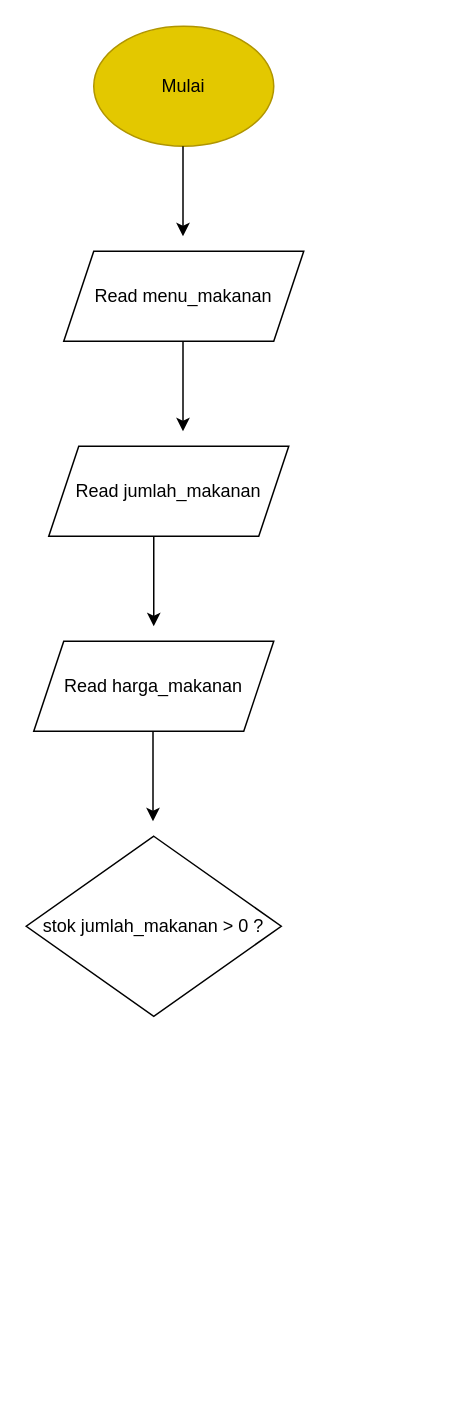
The draw.io diagram flowchart-fe2848059.drawio in gabryella-apriani-sinaga/Gabryella_Apriani_Sinaga-Order_Makanan_via_Online, before the edit. Source tidied: cells renumbered, new cells numbered last; positions are measured from the earlier drawing's top-left corner, leaving out a move shared by most shapes. Both pictures are drawn from the tidied source at 150%, with x=0, y=0 at pixel (26, 26).
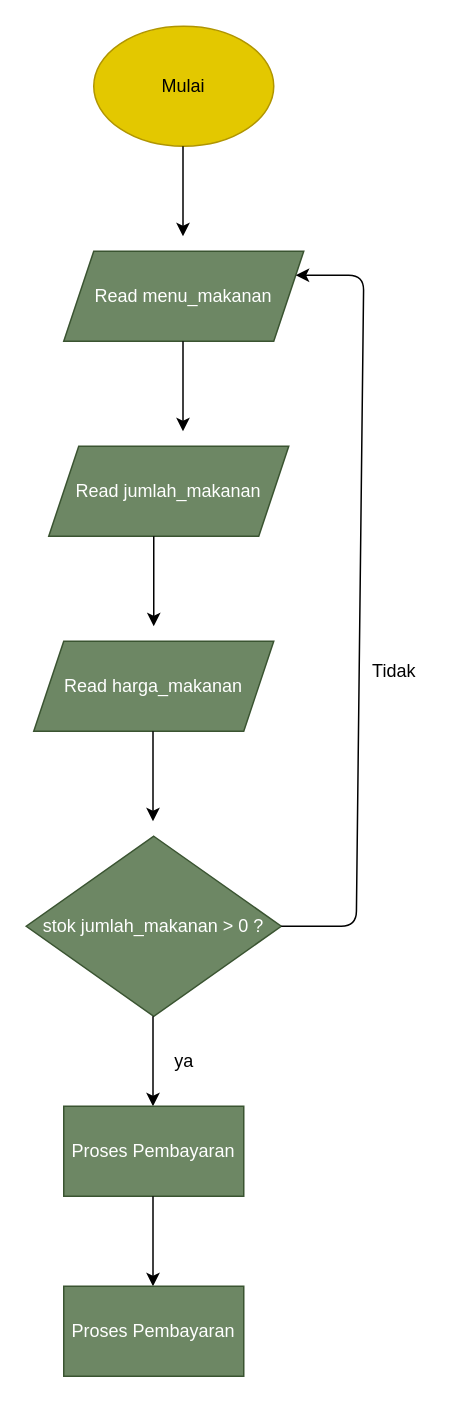
Above is the later version.

Commit message:
make new state 'Proses Pembayaran'

Diff of the diagram source:
```diff
@@
-    <mxCell id="4" value="Read menu_makanan" style="shape=parallelogram;perimeter=parallelogramPerimeter;whiteSpace=wrap;html=1;fixedSize=1;" parent="1" vertex="1">
+    <mxCell id="4" value="Read menu_makanan" style="shape=parallelogram;perimeter=parallelogramPerimeter;whiteSpace=wrap;html=1;fixedSize=1;fillColor=#6d8764;strokeColor=#3A5431;fontColor=#ffffff;" parent="1" vertex="1">
       <mxGeometry x="25" y="150" width="160" height="60" as="geometry" />
     </mxCell>
@@
-    <mxCell id="6" value="Read jumlah_makanan" style="shape=parallelogram;perimeter=parallelogramPerimeter;whiteSpace=wrap;html=1;fixedSize=1;" parent="1" vertex="1">
+    <mxCell id="6" value="Read jumlah_makanan" style="shape=parallelogram;perimeter=parallelogramPerimeter;whiteSpace=wrap;html=1;fixedSize=1;fillColor=#6d8764;fontColor=#ffffff;strokeColor=#3A5431;" parent="1" vertex="1">
       <mxGeometry x="15" y="280" width="160" height="60" as="geometry" />
     </mxCell>
@@
-    <mxCell id="8" value="Read harga_makanan" style="shape=parallelogram;perimeter=parallelogramPerimeter;whiteSpace=wrap;html=1;fixedSize=1;" parent="1" vertex="1">
+    <mxCell id="8" value="Read harga_makanan" style="shape=parallelogram;perimeter=parallelogramPerimeter;whiteSpace=wrap;html=1;fixedSize=1;fillColor=#6d8764;fontColor=#ffffff;strokeColor=#3A5431;" parent="1" vertex="1">
       <mxGeometry x="5" y="410" width="160" height="60" as="geometry" />
     </mxCell>
@@
-    <mxCell id="10" value="stok jumlah_makanan &amp;gt; 0 ?" style="rhombus;whiteSpace=wrap;html=1;" parent="1" vertex="1">
+    <mxCell id="10" value="stok jumlah_makanan &amp;gt; 0 ?" style="rhombus;whiteSpace=wrap;html=1;fillColor=#6d8764;fontColor=#ffffff;strokeColor=#3A5431;" parent="1" vertex="1">
       <mxGeometry y="540" width="170" height="120" as="geometry" />
     </mxCell>
+    <mxCell id="11" style="endArrow=classic;html=1;" parent="1" edge="1">
+      <mxGeometry relative="1" as="geometry">
+        <mxPoint x="84.5" y="660" as="sourcePoint" />
+        <mxPoint x="84.5" y="720" as="targetPoint" />
+      </mxGeometry>
+    </mxCell>
+    <mxCell id="12" value="ya" style="text;html=1;align=center;verticalAlign=middle;strokeColor=none;fillColor=none;" parent="1" vertex="1">
+      <mxGeometry x="90" y="680" width="30" height="20" as="geometry" />
+    </mxCell>
+    <mxCell id="13" style="endArrow=classic;html=1;entryX=1;entryY=0.25;entryDx=0;entryDy=0;" parent="1" edge="1" target="4">
+      <mxGeometry relative="1" as="geometry">
+        <mxPoint x="170" y="600" as="sourcePoint" />
+        <Array as="points">
+          <mxPoint x="220" y="600" />
+          <mxPoint x="225" y="166" />
+        </Array>
+      </mxGeometry>
+    </mxCell>
+    <mxCell id="14" value="Tidak" style="text;html=1;align=center;verticalAlign=middle;strokeColor=none;fillColor=none;" parent="1" vertex="1">
+      <mxGeometry x="225" y="420" width="40" height="20" as="geometry" />
+    </mxCell>
+    <mxCell id="15" value="Proses Pembayaran" style="rounded=0;whiteSpace=wrap;html=1;fillColor=#6d8764;fontColor=#ffffff;strokeColor=#3A5431;" parent="1" vertex="1">
+      <mxGeometry x="25" y="720" width="120" height="60" as="geometry" />
+    </mxCell>
+    <mxCell id="16" style="endArrow=classic;html=1;" parent="1" edge="1">
+      <mxGeometry relative="1" as="geometry">
+        <mxPoint x="84.5" y="780" as="sourcePoint" />
+        <mxPoint x="84.5" y="840" as="targetPoint" />
+      </mxGeometry>
+    </mxCell>
+    <mxCell id="17" value="Proses Pembayaran" style="rounded=0;whiteSpace=wrap;html=1;fillColor=#6d8764;fontColor=#ffffff;strokeColor=#3A5431;" parent="1" vertex="1">
+      <mxGeometry x="25" y="840" width="120" height="60" as="geometry" />
+    </mxCell>
```
